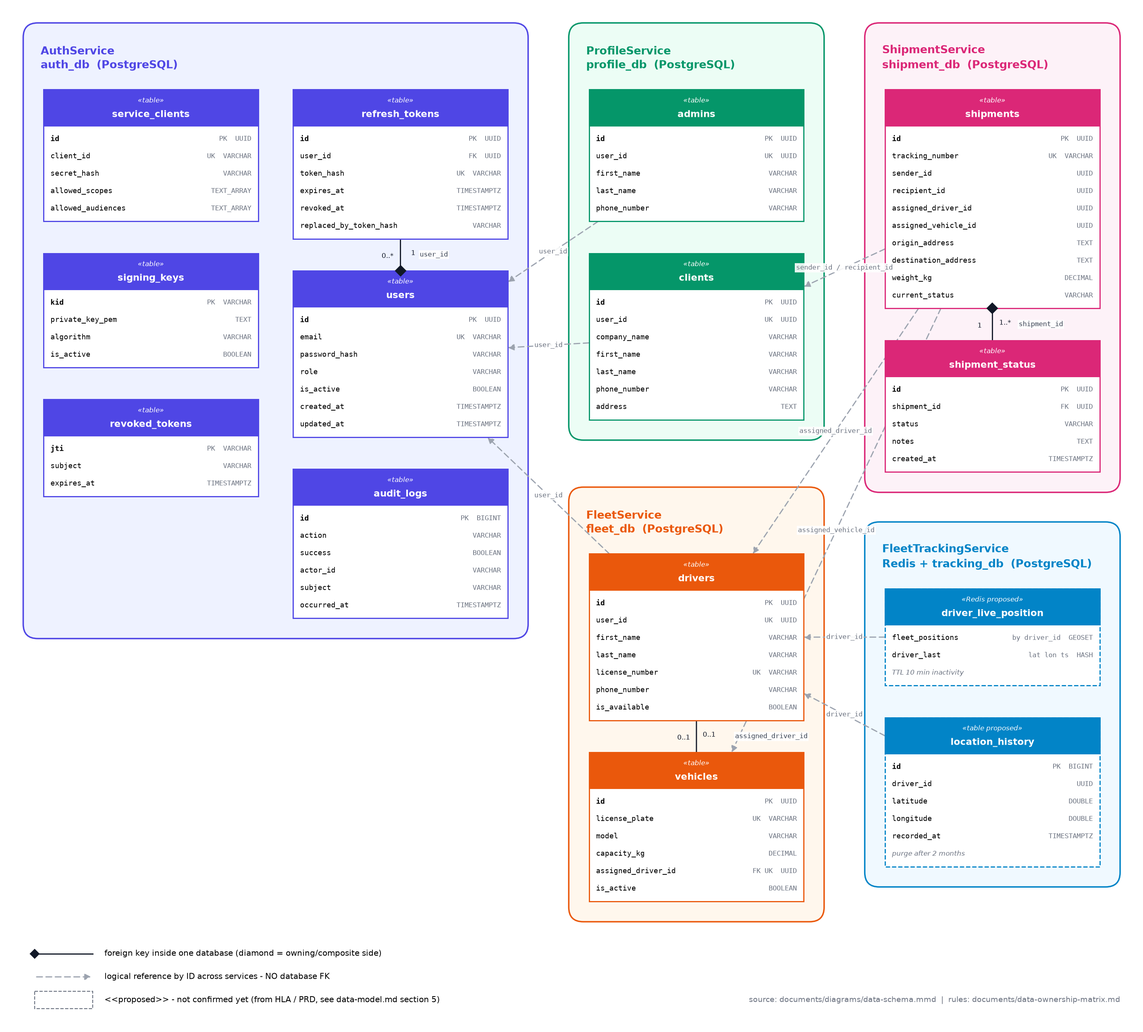
The Mermaid diagram documents/diagrams/data-schema.png in RyanAmmarKhodja/last-mile, before a commit. Its source is kept beside it as documents/diagrams/data-schema.mmd.
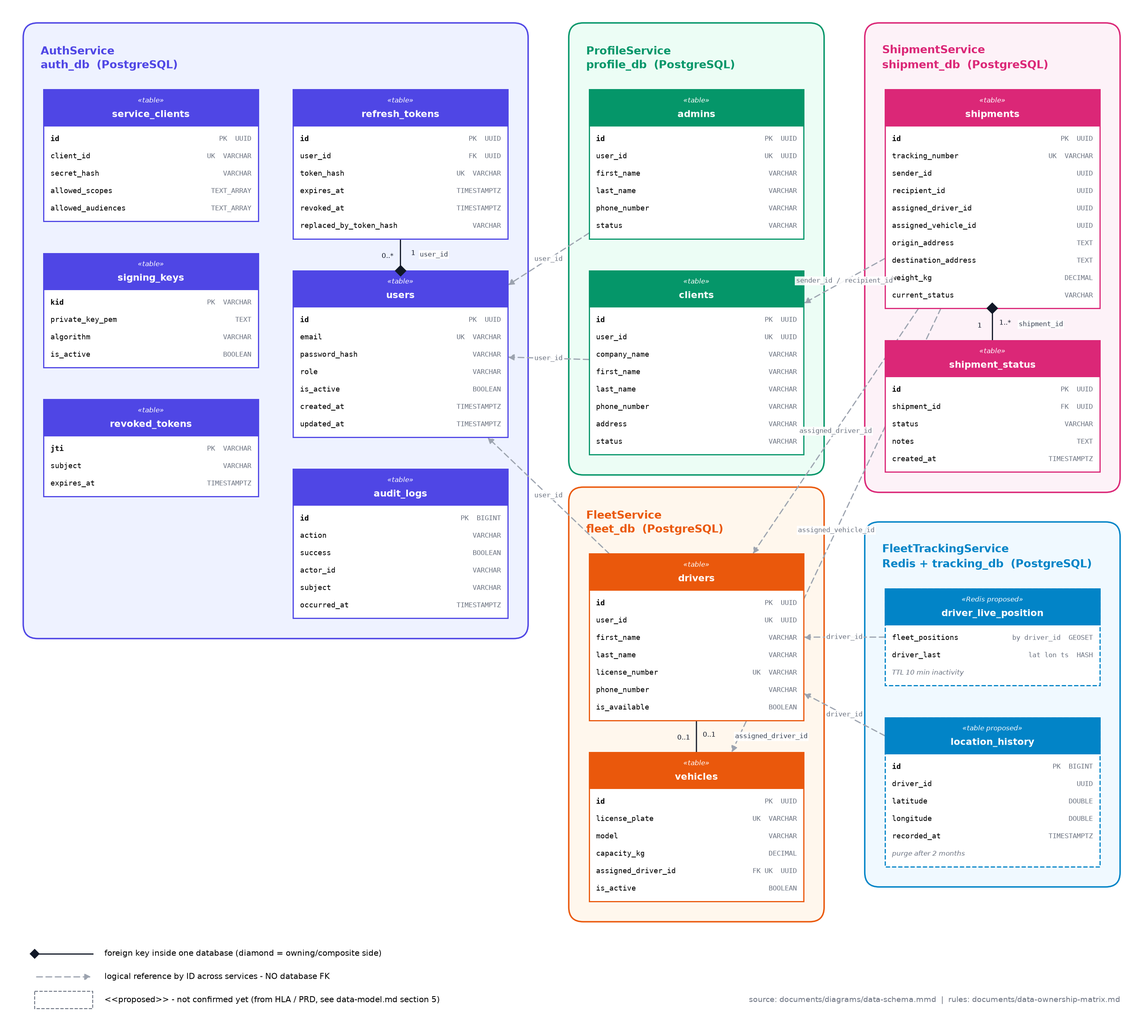
After the change.

Change to the diagram source:
```diff
@@ -64,6 +64,7 @@
             VARCHAR first_name
             VARCHAR last_name
             VARCHAR phone_number
+            VARCHAR status
         }
         class clients {
             <<table>>
@@ -73,7 +74,8 @@
             VARCHAR first_name
             VARCHAR last_name
             VARCHAR phone_number
-            TEXT address
+            VARCHAR address
+            VARCHAR status
         }
     }
 
```
